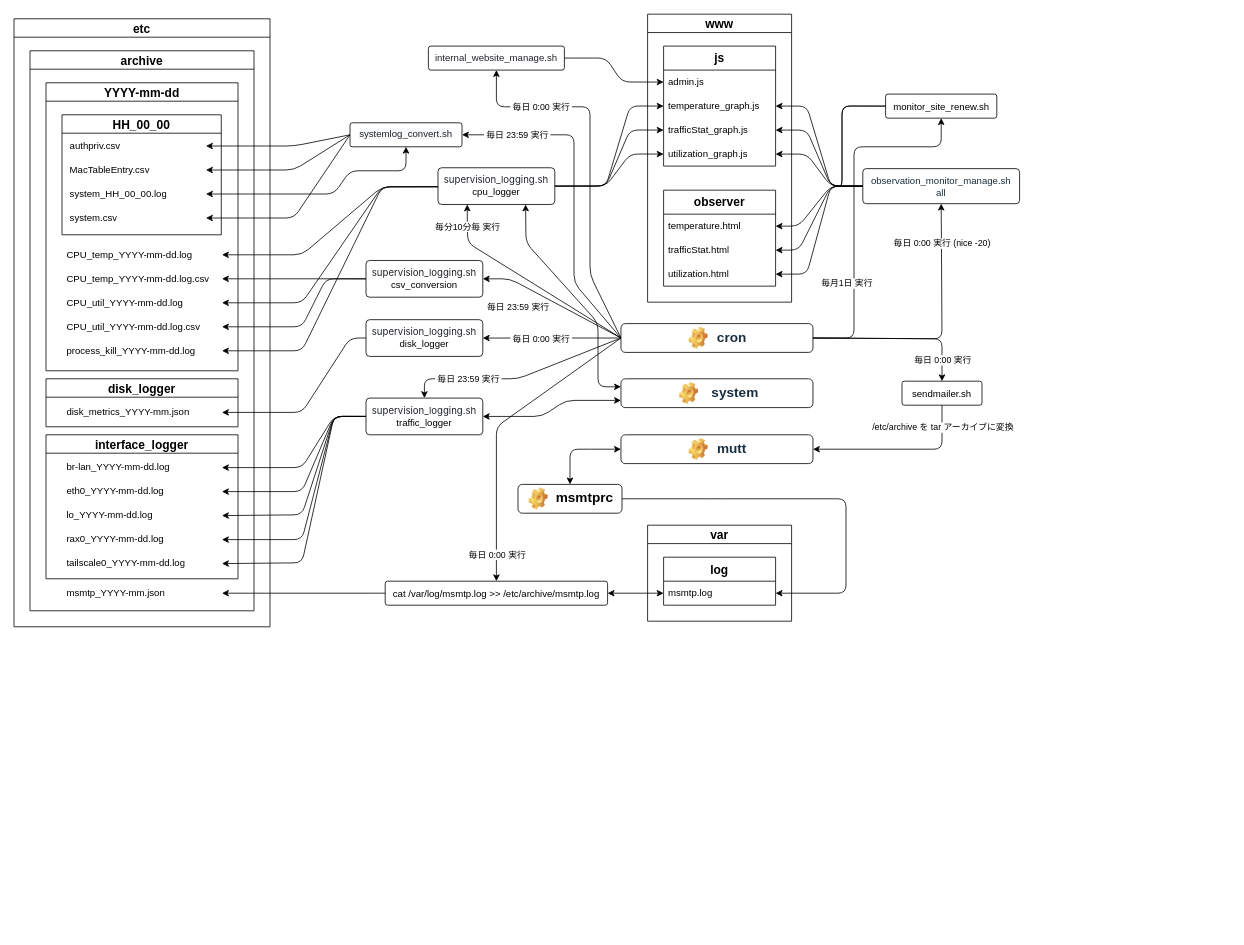
virtualitypage/draw.io keeps this draw.io diagram as ネットワーク構成図/GL-MT3000 cronジョブ実行プロセス.drawio. Above is the earlier version. Source tidied: cells renumbered, new cells numbered last; positions are measured from the earlier drawing's top-left corner, leaving out a move shared by most shapes. Both pictures are drawn from the tidied source at 80%, with x=0, y=0 at pixel (14, 14).
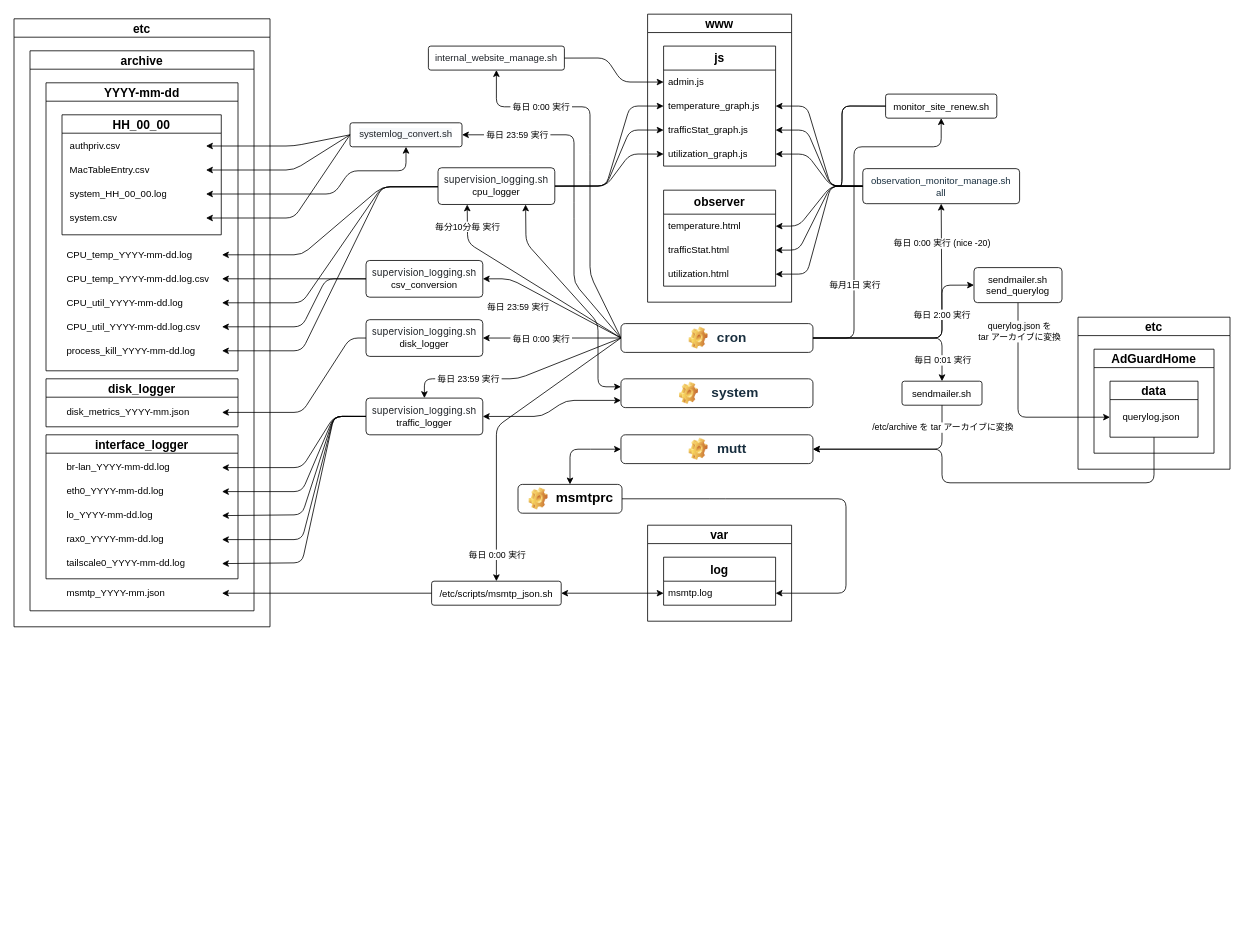
The same diagram, later.

Commit message:
GL-MT3000 cronジョブ実行プロセス.drawio を更新

The change refers to these unchanged cells:
```xml
<mxCell id="24" style="rounded=1;whiteSpace=wrap;html=1;" parent="23" vertex="1">
  <mxGeometry x="-1.3" width="240" height="36" as="geometry" />
</mxCell>
<mxCell id="36" value="&lt;font style=&quot;font-size: 12px;&quot;&gt;observation_monitor_manage.sh&lt;/font&gt;&lt;div style=&quot;&quot;&gt;&lt;font style=&quot;font-size: 12px;&quot;&gt;all&lt;/font&gt;&lt;/div&gt;" style="rounded=1;arcSize=10;whiteSpace=wrap;html=1;align=center;spacingBottom=-2;spacingTop=0;labelBackgroundColor=none;fillColor=default;strokeColor=#000000;fontColor=#182E3E;verticalAlign=middle;horizontal=1;spacing=2;" parent="1" vertex="1">
  <mxGeometry x="1061" y="193.3" width="196" height="43.8" as="geometry" />
</mxCell>
<mxCell id="103" value="&lt;p style=&quot;margin: 0px; font-variant-numeric: normal; font-variant-east-asian: normal; font-variant-alternates: normal; font-size-adjust: none; font-kerning: auto; font-optical-sizing: auto; font-feature-settings: normal; font-variation-settings: normal; font-variant-position: normal; font-stretch: normal; line-height: normal; color: rgb(0, 0, 0); text-align: start;&quot; class=&quot;p1&quot;&gt;sendmailer.sh&lt;/p&gt;" style="rounded=1;arcSize=10;whiteSpace=wrap;html=1;align=center;spacingBottom=0;spacingTop=0;labelBackgroundColor=none;fillColor=default;strokeColor=#000000;fontColor=#182E3E;" parent="1" vertex="1">
  <mxGeometry x="1110" y="459" width="100" height="30" as="geometry" />
</mxCell>
<mxCell id="109" style="rounded=1;whiteSpace=wrap;html=1;" parent="108" vertex="1">
  <mxGeometry x="-1.3" width="240" height="36" as="geometry" />
</mxCell>
```

Change to the diagram source:
```diff
@@
     <mxCell id="27" style="endArrow=classic;html=1;rounded=1;curved=0;entryX=0.5;entryY=1;entryDx=0;entryDy=0;exitX=1;exitY=0.5;exitDx=0;exitDy=0;" parent="1" edge="1" source="24" target="36">
       <mxGeometry relative="1" as="geometry">
         <Array as="points">
-          <mxPoint x="1160" y="406" />
+          <mxPoint x="1160" y="405" />
         </Array>
       </mxGeometry>
     </mxCell>
@@
-    <mxCell id="31" value="&lt;p style=&quot;margin: 0px; font-variant-numeric: normal; font-variant-east-asian: normal; font-variant-alternates: normal; font-size-adjust: none; font-kerning: auto; font-optical-sizing: auto; font-feature-settings: normal; font-variation-settings: normal; font-variant-position: normal; font-stretch: normal; line-height: normal; color: rgb(0, 0, 0); text-align: start;&quot; class=&quot;p1&quot;&gt;cat /var/log/msmtp.log &amp;gt;&amp;gt; /etc/archive/msmtp.log&lt;/p&gt;" style="rounded=1;arcSize=10;whiteSpace=wrap;html=1;align=center;spacingBottom=0;spacingTop=0;labelBackgroundColor=none;fillColor=default;strokeColor=#000000;fontColor=#182E3E;" parent="1" vertex="1">
-      <mxGeometry x="464" y="709" width="278" height="30" as="geometry" />
+    <mxCell id="31" value="&lt;p style=&quot;margin: 0px; font-variant-numeric: normal; font-variant-east-asian: normal; font-variant-alternates: normal; font-size-adjust: none; font-kerning: auto; font-optical-sizing: auto; font-feature-settings: normal; font-variation-settings: normal; font-variant-position: normal; font-stretch: normal; line-height: normal; color: rgb(0, 0, 0); text-align: start;&quot; class=&quot;p1&quot;&gt;/etc/scripts/msmtp_json.sh&lt;/p&gt;" style="rounded=1;arcSize=10;whiteSpace=wrap;html=1;align=center;spacingBottom=0;spacingTop=0;labelBackgroundColor=none;fillColor=default;strokeColor=#000000;fontColor=#182E3E;" parent="1" vertex="1">
+      <mxGeometry x="522" y="709" width="162" height="30" as="geometry" />
     </mxCell>
@@
     <mxCell id="102" style="endArrow=classic;html=1;rounded=1;curved=0;entryX=0.5;entryY=0;entryDx=0;entryDy=0;exitX=1;exitY=0.5;exitDx=0;exitDy=0;" parent="1" edge="1" source="24" target="103">
       <mxGeometry relative="1" as="geometry">
         <Array as="points">
-          <mxPoint x="1160" y="406" />
+          <mxPoint x="1160" y="405" />
         </Array>
       </mxGeometry>
     </mxCell>
@@
-    <mxCell id="104" value="毎日 0:00 実行" style="edgeLabel;html=1;align=center;verticalAlign=middle;" parent="1" vertex="1">
+    <mxCell id="104" value="毎日 0:01 実行" style="edgeLabel;html=1;align=center;verticalAlign=middle;" parent="1" vertex="1">
       <mxGeometry x="1160" y="432" as="geometry" />
     </mxCell>
@@
     <mxCell id="119" value="毎月1日 実行" style="edgeLabel;html=1;align=center;verticalAlign=middle;" parent="1" vertex="1">
-      <mxGeometry x="1040" y="336" as="geometry" />
+      <mxGeometry x="1050" y="338.9" as="geometry" />
     </mxCell>
@@
+    <mxCell id="122" style="group;fillColor=default;" parent="1" vertex="1">
+      <mxGeometry x="1330" y="379" width="190" height="190" as="geometry" />
+    </mxCell>
+    <mxCell id="123" value="&lt;span style=&quot;font-size: 15px;&quot;&gt;data&lt;/span&gt;" style="swimlane;whiteSpace=wrap;html=1;" parent="1" vertex="1">
+      <mxGeometry x="1370" y="459" width="110" height="70" as="geometry" />
+    </mxCell>
+    <mxCell id="124" value="&lt;font style=&quot;font-size: 15px;&quot;&gt;AdGuardHome&lt;/font&gt;" style="swimlane;whiteSpace=wrap;html=1;" parent="1" vertex="1">
+      <mxGeometry x="1350" y="419" width="150" height="130" as="geometry" />
+    </mxCell>
+    <mxCell id="125" value="&lt;font style=&quot;font-size: 15px;&quot;&gt;etc&lt;/font&gt;" style="swimlane;whiteSpace=wrap;html=1;" parent="1" vertex="1">
+      <mxGeometry x="1330" y="379" width="190" height="190" as="geometry" />
+    </mxCell>
+    <mxCell id="126" value="querylog.json" style="text;strokeColor=none;fillColor=none;align=left;verticalAlign=middle;spacingLeft=4;spacingRight=4;overflow=hidden;whiteSpace=wrap;html=1;" parent="125" vertex="1">
+      <mxGeometry x="50" y="110" width="90" height="30" as="geometry" />
+    </mxCell>
+    <mxCell id="127" style="endArrow=classic;html=1;rounded=1;curved=0;exitX=0.5;exitY=1;exitDx=0;exitDy=0;" parent="1" edge="1" source="130">
+      <mxGeometry relative="1" as="geometry">
+        <mxPoint x="1370" y="504" as="targetPoint" />
+        <Array as="points">
+          <mxPoint x="1255" y="504" />
+        </Array>
+      </mxGeometry>
+    </mxCell>
+    <mxCell id="128" value="&lt;font style=&quot;font-size: 11px;&quot;&gt;&lt;span style=&quot;text-align: left; text-wrap-mode: wrap; background-color: rgb(251, 251, 251);&quot;&gt;querylog.json&lt;/span&gt;&amp;nbsp;を&lt;/font&gt;&lt;div&gt;&lt;font style=&quot;font-size: 11px;&quot;&gt;tar アーカイブに&lt;/font&gt;変換&lt;/div&gt;" style="edgeLabel;html=1;align=center;verticalAlign=middle;" parent="1" vertex="1">
+      <mxGeometry x="1256" y="396" as="geometry" />
+    </mxCell>
+    <mxCell id="129" style="endArrow=classic;html=1;rounded=1;curved=0;entryX=1;entryY=0.5;entryDx=0;entryDy=0;" parent="1" edge="1" target="109">
+      <mxGeometry relative="1" as="geometry">
+        <mxPoint x="1425" y="529" as="sourcePoint" />
+        <Array as="points">
+          <mxPoint x="1425" y="586" />
+          <mxPoint x="1160" y="586" />
+          <mxPoint x="1160" y="544" />
+        </Array>
+      </mxGeometry>
+    </mxCell>
+    <mxCell id="130" value="&lt;p style=&quot;margin: 0px; font-variant-numeric: normal; font-variant-east-asian: normal; font-variant-alternates: normal; font-size-adjust: none; font-kerning: auto; font-optical-sizing: auto; font-feature-settings: normal; font-variation-settings: normal; font-variant-position: normal; font-stretch: normal; line-height: normal; color: rgb(0, 0, 0);&quot; class=&quot;p1&quot;&gt;sendmailer.sh&lt;/p&gt;&lt;p style=&quot;margin: 0px; font-variant-numeric: normal; font-variant-east-asian: normal; font-variant-alternates: normal; font-size-adjust: none; font-kerning: auto; font-optical-sizing: auto; font-feature-settings: normal; font-variation-settings: normal; font-variant-position: normal; font-stretch: normal; line-height: normal; color: rgb(0, 0, 0);&quot; class=&quot;p1&quot;&gt;send_querylog&lt;/p&gt;" style="rounded=1;arcSize=10;whiteSpace=wrap;html=1;align=center;spacingBottom=0;spacingTop=0;labelBackgroundColor=none;fillColor=default;strokeColor=#000000;fontColor=#182E3E;" parent="1" vertex="1">
+      <mxGeometry x="1200" y="317" width="110" height="43.8" as="geometry" />
+    </mxCell>
+    <mxCell id="131" style="endArrow=classic;html=1;rounded=1;curved=0;entryX=0;entryY=0.5;entryDx=0;entryDy=0;exitX=1;exitY=0.5;exitDx=0;exitDy=0;" parent="1" edge="1" source="24" target="130">
+      <mxGeometry relative="1" as="geometry">
+        <Array as="points">
+          <mxPoint x="1160" y="405" />
+          <mxPoint x="1160" y="339" />
+        </Array>
+      </mxGeometry>
+    </mxCell>
+    <mxCell id="132" value="毎日 2:00 実行" style="edgeLabel;html=1;align=center;verticalAlign=middle;" parent="1" vertex="1">
+      <mxGeometry x="1151" y="379" as="geometry">
+        <mxPoint x="8" y="-4" as="offset" />
+      </mxGeometry>
+    </mxCell>
```
